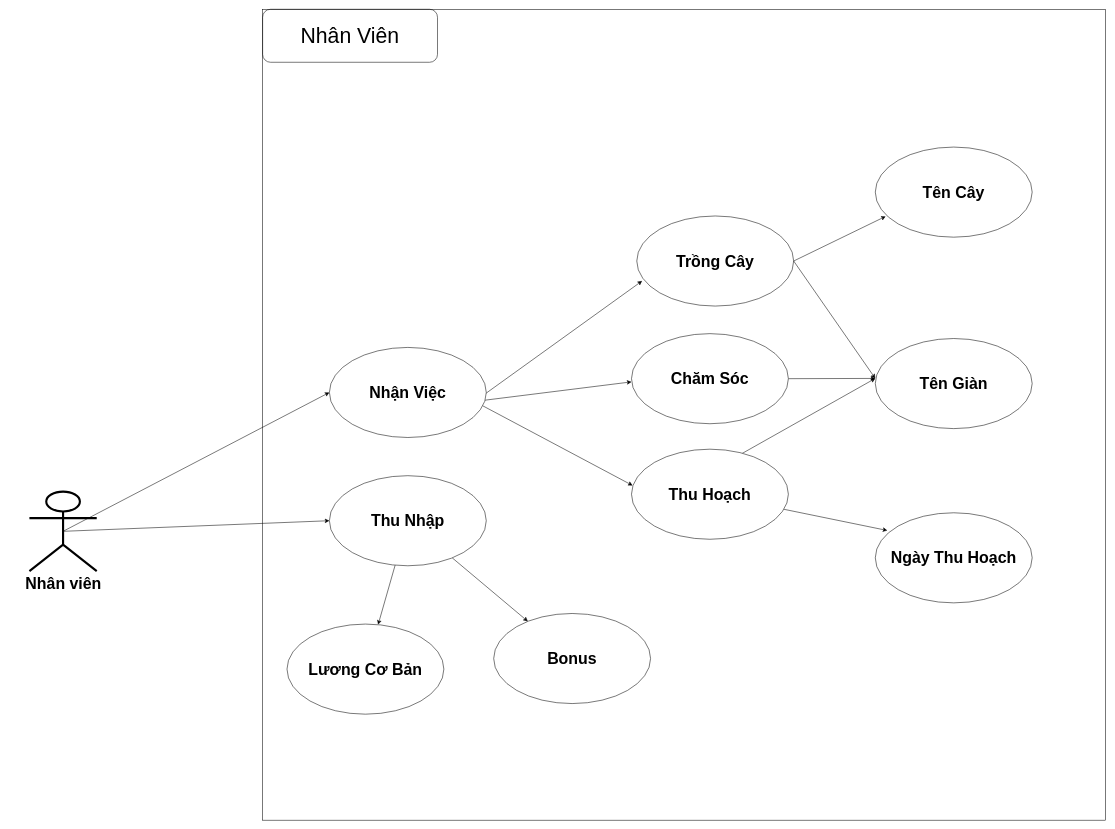
This is page "Nhân Viên" (2 of 4) of FarmSys/Document_nhom1/UserCase_FarmSys_Nhom1.drawio from chunn24/Duan1, a draw.io file, before an edit. Source tidied: cells renumbered, new cells numbered last; positions are measured from the earlier drawing's top-left corner, leaving out a move shared by most shapes. Both pictures are drawn from the tidied source at 53%, with x=0, y=0 at pixel (29, 9).
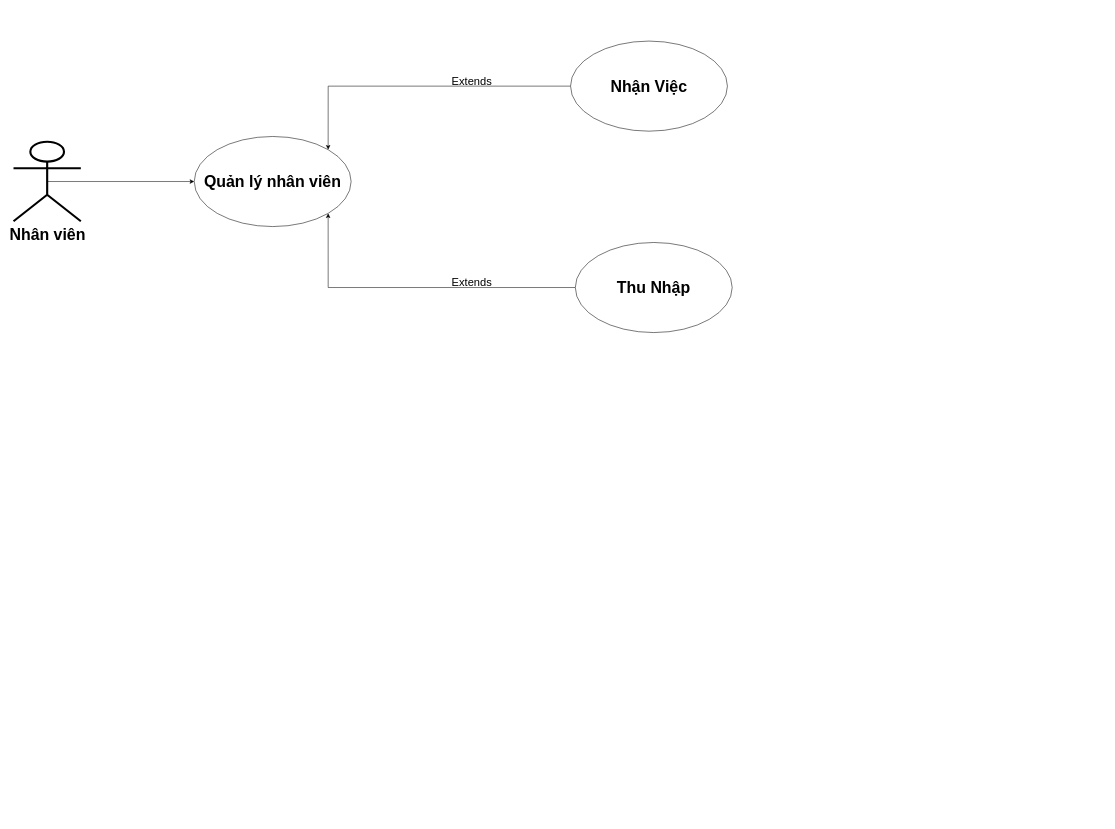
The same diagram, later.

What changed in the source:
```diff
@@
-    <mxCell id="2" style="rounded=0;whiteSpace=wrap;html=1;fontSize=22;strokeWidth=1;fillColor=none;" parent="1" vertex="1">
-      <mxGeometry x="440" width="1590" height="1530" as="geometry" />
-    </mxCell>
-    <mxCell id="3" value="Nhân Viên" style="rounded=1;whiteSpace=wrap;html=1;fontSize=40;strokeWidth=1;fillColor=none;" parent="1" vertex="1">
-      <mxGeometry x="440" width="330" height="100" as="geometry" />
-    </mxCell>
     <mxCell id="4" value="&lt;font style=&quot;font-size: 30px&quot;&gt;&lt;b&gt;Nhân viên&lt;/b&gt;&lt;/font&gt;" style="shape=umlActor;verticalLabelPosition=bottom;verticalAlign=top;html=1;outlineConnect=0;strokeWidth=4;" parent="1" vertex="1">
-      <mxGeometry y="910" width="127" height="150" as="geometry" />
+      <mxGeometry x="-30" y="250" width="127" height="150" as="geometry" />
     </mxCell>
-    <mxCell id="5" style="endArrow=classic;html=1;rounded=0;entryX=0;entryY=1;entryDx=0;entryDy=0;exitX=1;exitY=0.5;exitDx=0;exitDy=0;" parent="1" edge="1" source="20">
-      <mxGeometry relative="1" as="geometry">
-        <mxPoint x="1615.5" y="390.8" as="targetPoint" />
-      </mxGeometry>
-    </mxCell>
-    <mxCell id="6" style="endArrow=classic;html=1;rounded=0;entryX=0;entryY=0.5;entryDx=0;entryDy=0;startArrow=none;" parent="1" edge="1" source="22">
-      <mxGeometry relative="1" as="geometry">
-        <mxPoint x="1596" y="696.5" as="targetPoint" />
-      </mxGeometry>
-    </mxCell>
-    <mxCell id="7" style="endArrow=classic;html=1;rounded=0;exitX=1;exitY=0.5;exitDx=0;exitDy=0;entryX=0;entryY=0.5;entryDx=0;entryDy=0;" parent="1" edge="1">
-      <mxGeometry relative="1" as="geometry">
-        <mxPoint x="1292.5" y="867.5" as="sourcePoint" />
-        <mxPoint x="1596" y="696.5" as="targetPoint" />
-      </mxGeometry>
-    </mxCell>
-    <mxCell id="8" style="endArrow=classic;html=1;rounded=0;entryX=0;entryY=0.5;entryDx=0;entryDy=0;exitX=0.5;exitY=0.5;exitDx=0;exitDy=0;exitPerimeter=0;" parent="1" edge="1" source="4" target="16">
-      <mxGeometry relative="1" as="geometry" />
-    </mxCell>
-    <mxCell id="9" style="endArrow=classic;html=1;rounded=0;" parent="1" edge="1" source="16" target="17">
-      <mxGeometry relative="1" as="geometry" />
-    </mxCell>
-    <mxCell id="10" style="endArrow=classic;html=1;rounded=0;" parent="1" edge="1" source="16" target="18">
-      <mxGeometry relative="1" as="geometry" />
-    </mxCell>
-    <mxCell id="11" style="endArrow=classic;html=1;rounded=0;entryX=0;entryY=0;entryDx=0;entryDy=0;startArrow=none;" parent="1" edge="1" source="23">
-      <mxGeometry relative="1" as="geometry">
-        <mxPoint x="1618.7" y="983.4" as="targetPoint" />
-      </mxGeometry>
-    </mxCell>
-    <mxCell id="12" style="endArrow=classic;html=1;rounded=0;fontSize=12;entryX=0.034;entryY=0.721;entryDx=0;entryDy=0;exitX=1;exitY=0.5;exitDx=0;exitDy=0;entryPerimeter=0;" parent="1" edge="1" target="20">
-      <mxGeometry relative="1" as="geometry">
-        <mxPoint x="840" y="740" as="sourcePoint" />
-      </mxGeometry>
-    </mxCell>
-    <mxCell id="13" style="endArrow=classic;html=1;rounded=0;fontSize=12;exitX=1;exitY=0.5;exitDx=0;exitDy=0;" parent="1" edge="1">
-      <mxGeometry relative="1" as="geometry">
-        <mxPoint x="840" y="740" as="sourcePoint" />
-        <mxPoint x="1136" y="703" as="targetPoint" />
-      </mxGeometry>
-    </mxCell>
-    <mxCell id="14" style="endArrow=classic;html=1;rounded=0;fontSize=12;entryX=0.007;entryY=0.403;entryDx=0;entryDy=0;exitX=1;exitY=0.5;exitDx=0;exitDy=0;entryPerimeter=0;" parent="1" edge="1" target="23">
-      <mxGeometry relative="1" as="geometry">
-        <mxPoint x="840" y="740" as="sourcePoint" />
-      </mxGeometry>
-    </mxCell>
-    <mxCell id="15" value="Nhận Việc" style="ellipse;whiteSpace=wrap;html=1;fontSize=30;fontStyle=1;" parent="1" vertex="1">
-      <mxGeometry x="566" y="638" width="296" height="170" as="geometry" />
+    <mxCell id="15" value="Quản lý nhân viên" style="ellipse;whiteSpace=wrap;html=1;fontSize=30;fontStyle=1;" parent="1" vertex="1">
+      <mxGeometry x="311" y="240" width="296" height="170" as="geometry" />
     </mxCell>
+    <mxCell id="27" style="edgeStyle=orthogonalEdgeStyle;rounded=0;jettySize=auto;html=1;exitX=0;exitY=0.5;exitDx=0;exitDy=0;entryX=1;entryY=1;entryDx=0;entryDy=0;" parent="1" edge="1" source="16" target="15">
+      <mxGeometry relative="1" as="geometry" />
+    </mxCell>
     <mxCell id="16" value="Thu Nhập" style="ellipse;whiteSpace=wrap;html=1;fontSize=30;fontStyle=1;" parent="1" vertex="1">
-      <mxGeometry x="566" y="880" width="296" height="170" as="geometry" />
+      <mxGeometry x="1030" y="440" width="296" height="170" as="geometry" />
     </mxCell>
-    <mxCell id="17" value="Lương Cơ Bản" style="ellipse;whiteSpace=wrap;html=1;fontSize=30;fontStyle=1;" parent="1" vertex="1">
-      <mxGeometry x="486" y="1160" width="296" height="170" as="geometry" />
-    </mxCell>
-    <mxCell id="18" value="Bonus" style="ellipse;whiteSpace=wrap;html=1;fontSize=30;fontStyle=1;" parent="1" vertex="1">
-      <mxGeometry x="876" y="1140" width="296" height="170" as="geometry" />
-    </mxCell>
@@
-    <mxCell id="20" value="Trồng Cây" style="ellipse;whiteSpace=wrap;html=1;fontSize=30;fontStyle=1;" parent="1" vertex="1">
-      <mxGeometry x="1146" y="390" width="296" height="170" as="geometry" />
-    </mxCell>
-    <mxCell id="21" style="endArrow=classic;html=1;rounded=0;fontSize=30;entryX=0;entryY=0.5;entryDx=0;entryDy=0;exitX=1;exitY=0.5;exitDx=0;exitDy=0;" parent="1" edge="1" source="20">
-      <mxGeometry relative="1" as="geometry">
-        <mxPoint x="1596" y="696.5" as="targetPoint" />
-      </mxGeometry>
-    </mxCell>
-    <mxCell id="22" value="Chăm Sóc" style="ellipse;whiteSpace=wrap;html=1;fontSize=30;fontStyle=1;" parent="1" vertex="1">
-      <mxGeometry x="1136" y="612" width="296" height="170" as="geometry" />
-    </mxCell>
-    <mxCell id="23" value="Thu Hoạch" style="ellipse;whiteSpace=wrap;html=1;fontSize=30;fontStyle=1;" parent="1" vertex="1">
-      <mxGeometry x="1136" y="830" width="296" height="170" as="geometry" />
-    </mxCell>
-    <mxCell id="24" value="Tên Cây" style="ellipse;whiteSpace=wrap;html=1;fontSize=30;fontStyle=1;" parent="1" vertex="1">
-      <mxGeometry x="1596" y="260" width="296" height="170" as="geometry" />
-    </mxCell>
-    <mxCell id="25" value="Tên Giàn" style="ellipse;whiteSpace=wrap;html=1;fontSize=30;fontStyle=1;" parent="1" vertex="1">
-      <mxGeometry x="1596" y="621.2" width="296" height="170" as="geometry" />
-    </mxCell>
-    <mxCell id="26" value="Ngày Thu Hoạch" style="ellipse;whiteSpace=wrap;html=1;fontSize=30;fontStyle=1;" parent="1" vertex="1">
-      <mxGeometry x="1596" y="950" width="296" height="170" as="geometry" />
-    </mxCell>
+    <mxCell id="28" style="edgeStyle=orthogonalEdgeStyle;rounded=0;jettySize=auto;html=1;exitX=0;exitY=0.5;exitDx=0;exitDy=0;entryX=1;entryY=0;entryDx=0;entryDy=0;" parent="1" edge="1" source="29" target="15">
+      <mxGeometry relative="1" as="geometry" />
+    </mxCell>
+    <mxCell id="29" value="Nhận Việc" style="ellipse;whiteSpace=wrap;html=1;fontSize=30;fontStyle=1;" parent="1" vertex="1">
+      <mxGeometry x="1021" y="60" width="296" height="170" as="geometry" />
+    </mxCell>
+    <mxCell id="30" value="&lt;font style=&quot;font-size: 21px&quot;&gt;Extends&lt;/font&gt;" style="text;html=1;strokeColor=none;fillColor=none;align=center;verticalAlign=middle;whiteSpace=wrap;rounded=0;" parent="1" vertex="1">
+      <mxGeometry x="700" y="500" width="270" height="30" as="geometry" />
+    </mxCell>
+    <mxCell id="31" value="&lt;font style=&quot;font-size: 21px&quot;&gt;Extends&lt;/font&gt;" style="text;html=1;strokeColor=none;fillColor=none;align=center;verticalAlign=middle;whiteSpace=wrap;rounded=0;" parent="1" vertex="1">
+      <mxGeometry x="700" y="120" width="270" height="30" as="geometry" />
+    </mxCell>
```
